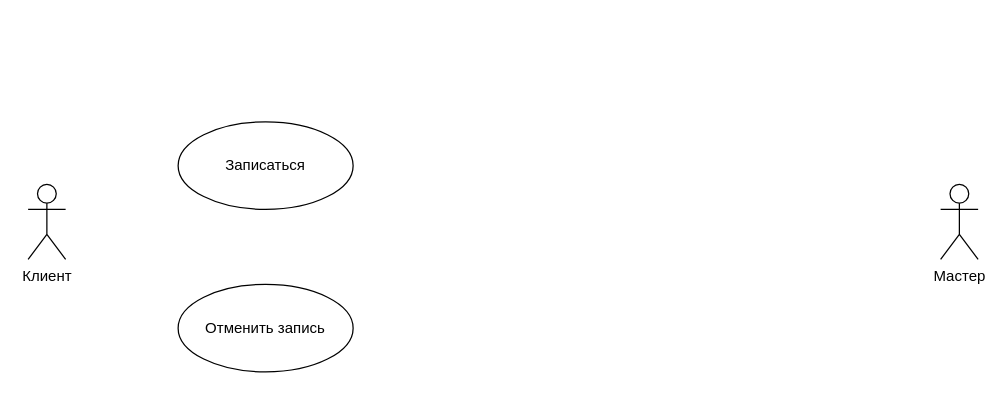
Before: DB.drawio in DeLioXis/DB-Kursed, a draw.io diagram. Source tidied: cells renumbered, new cells numbered last; positions are measured from the earlier drawing's top-left corner, leaving out a move shared by most shapes. Both pictures are drawn from the tidied source at 125%, with x=0, y=0 at pixel (28, 121).
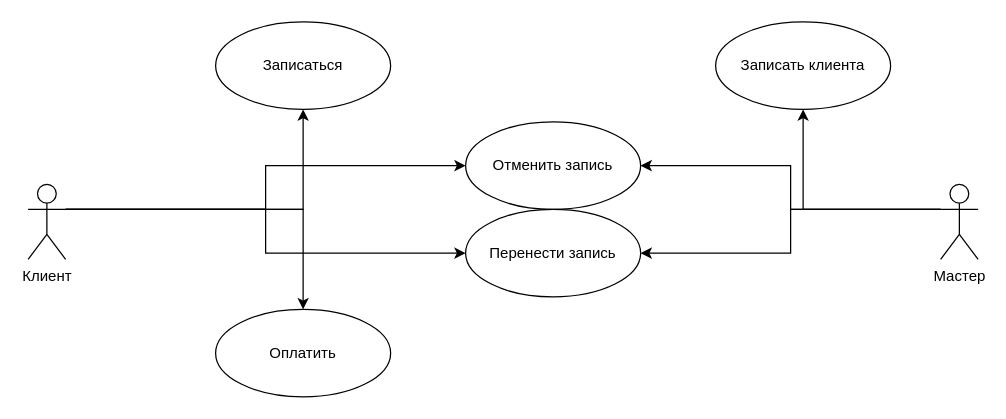
Above is the later version.

Diff of the diagram source:
```diff
@@
 <mxGraphModel>
   <root>
     <mxCell id="0" />
     <mxCell id="1" parent="0" />
+    <mxCell id="6" style="edgeStyle=orthogonalEdgeStyle;rounded=0;jettySize=auto;html=1;exitX=1;exitY=0.3333333333333333;exitDx=0;exitDy=0;exitPerimeter=0;" parent="1" edge="1" source="2" target="4">
+      <mxGeometry relative="1" as="geometry" />
+    </mxCell>
+    <mxCell id="7" style="edgeStyle=orthogonalEdgeStyle;rounded=0;jettySize=auto;html=1;exitX=1;exitY=0.3333333333333333;exitDx=0;exitDy=0;exitPerimeter=0;" parent="1" edge="1" source="2" target="14">
+      <mxGeometry relative="1" as="geometry" />
+    </mxCell>
+    <mxCell id="8" style="edgeStyle=orthogonalEdgeStyle;rounded=0;jettySize=auto;html=1;exitX=1;exitY=0.3333333333333333;exitDx=0;exitDy=0;exitPerimeter=0;" parent="1" edge="1" source="2" target="5">
+      <mxGeometry relative="1" as="geometry" />
+    </mxCell>
+    <mxCell id="9" style="edgeStyle=orthogonalEdgeStyle;rounded=0;jettySize=auto;html=1;exitX=1;exitY=0.3333333333333333;exitDx=0;exitDy=0;exitPerimeter=0;" parent="1" edge="1" source="2" target="13">
+      <mxGeometry relative="1" as="geometry" />
+    </mxCell>
     <mxCell id="2" value="Клиент" style="shape=umlActor;verticalLabelPosition=bottom;verticalAlign=top;html=1;" parent="1" vertex="1">
       <mxGeometry y="50" width="30" height="60" as="geometry" />
     </mxCell>
+    <mxCell id="10" style="edgeStyle=orthogonalEdgeStyle;rounded=0;jettySize=auto;html=1;exitX=0;exitY=0.3333333333333333;exitDx=0;exitDy=0;exitPerimeter=0;" parent="1" edge="1" source="3" target="15">
+      <mxGeometry relative="1" as="geometry" />
+    </mxCell>
+    <mxCell id="11" style="edgeStyle=orthogonalEdgeStyle;rounded=0;jettySize=auto;html=1;exitX=0;exitY=0.3333333333333333;exitDx=0;exitDy=0;exitPerimeter=0;entryX=1;entryY=0.5;entryDx=0;entryDy=0;" parent="1" edge="1" source="3" target="5">
+      <mxGeometry relative="1" as="geometry" />
+    </mxCell>
+    <mxCell id="12" style="edgeStyle=orthogonalEdgeStyle;rounded=0;jettySize=auto;html=1;exitX=0;exitY=0.3333333333333333;exitDx=0;exitDy=0;exitPerimeter=0;" parent="1" edge="1" source="3" target="13">
+      <mxGeometry relative="1" as="geometry" />
+    </mxCell>
     <mxCell id="3" value="Мастер" style="shape=umlActor;verticalLabelPosition=bottom;verticalAlign=top;html=1;" parent="1" vertex="1">
       <mxGeometry x="730" y="50" width="30" height="60" as="geometry" />
     </mxCell>
     <mxCell id="4" value="Записаться" style="ellipse;whiteSpace=wrap;html=1;" parent="1" vertex="1">
-      <mxGeometry x="120" width="140" height="70" as="geometry" />
+      <mxGeometry x="150" y="-80" width="140" height="70" as="geometry" />
     </mxCell>
     <mxCell id="5" value="Отменить запись" style="ellipse;whiteSpace=wrap;html=1;" parent="1" vertex="1">
-      <mxGeometry x="120" y="130" width="140" height="70" as="geometry" />
+      <mxGeometry x="350" width="140" height="70" as="geometry" />
     </mxCell>
+    <mxCell id="13" value="Перенести запись" style="ellipse;whiteSpace=wrap;html=1;" parent="1" vertex="1">
+      <mxGeometry x="350" y="70" width="140" height="70" as="geometry" />
+    </mxCell>
+    <mxCell id="14" value="Оплатить" style="ellipse;whiteSpace=wrap;html=1;" parent="1" vertex="1">
+      <mxGeometry x="150" y="150" width="140" height="70" as="geometry" />
+    </mxCell>
+    <mxCell id="15" value="Записать клиента" style="ellipse;whiteSpace=wrap;html=1;" parent="1" vertex="1">
+      <mxGeometry x="550" y="-80" width="140" height="70" as="geometry" />
+    </mxCell>
   </root>
 </mxGraphModel>
```
